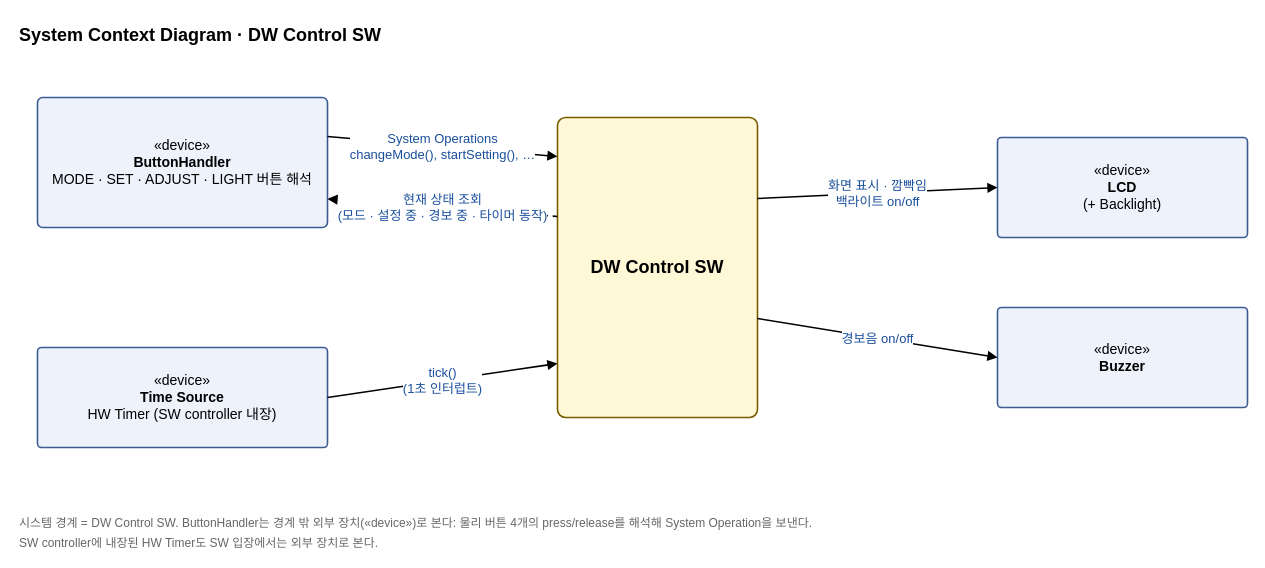
This is docs/OOAD/practice/context/DigitalWatch_SystemContext.drawio from sspring2048/AssoArch, a draw.io file, before an edit. Source tidied: cells renumbered, new cells numbered last; positions are measured from the earlier drawing's top-left corner, leaving out a move shared by most shapes. Both pictures are drawn from the tidied source at 100%, with x=0, y=0 at pixel (17, 17).
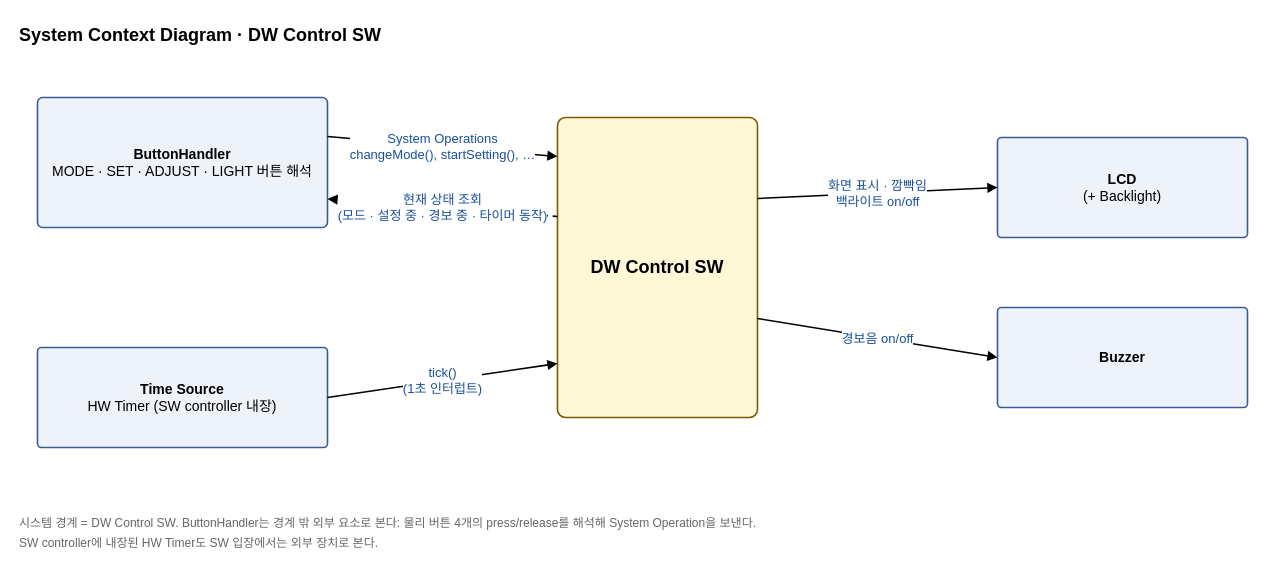
The same diagram, later.

What changed in the source:
```diff
@@
 <mxGraphModel>
   <root>
     <mxCell id="0" />
     <mxCell id="1" parent="0" />
     <mxCell id="2" value="System Context Diagram · DW Control SW" style="text;fontSize=18;fontStyle=1;align=left;" parent="1" vertex="1">
       <mxGeometry width="520" height="30" as="geometry" />
     </mxCell>
-    <mxCell id="3" value="«device»&lt;br&gt;&lt;b&gt;ButtonHandler&lt;/b&gt;&lt;br&gt;MODE · SET · ADJUST · LIGHT 버튼 해석" style="rounded=1;arcSize=4;whiteSpace=wrap;html=1;fillColor=#eef2fa;strokeColor=#3b5b92;strokeWidth=1.6;fontSize=14;" parent="1" vertex="1">
+    <mxCell id="3" value="&lt;b&gt;ButtonHandler&lt;/b&gt;&lt;br&gt;MODE · SET · ADJUST · LIGHT 버튼 해석" style="rounded=1;arcSize=4;whiteSpace=wrap;html=1;fillColor=#eef2fa;strokeColor=#3b5b92;strokeWidth=1.6;fontSize=14;" parent="1" vertex="1">
       <mxGeometry x="20" y="80" width="290" height="130" as="geometry" />
     </mxCell>
-    <mxCell id="4" value="«device»&lt;br&gt;&lt;b&gt;Time Source&lt;/b&gt;&lt;br&gt;HW Timer (SW controller 내장)" style="rounded=1;arcSize=4;whiteSpace=wrap;html=1;fillColor=#eef2fa;strokeColor=#3b5b92;strokeWidth=1.6;fontSize=14;" parent="1" vertex="1">
+    <mxCell id="4" value="&lt;b&gt;Time Source&lt;/b&gt;&lt;br&gt;HW Timer (SW controller 내장)" style="rounded=1;arcSize=4;whiteSpace=wrap;html=1;fillColor=#eef2fa;strokeColor=#3b5b92;strokeWidth=1.6;fontSize=14;" parent="1" vertex="1">
       <mxGeometry x="20" y="330" width="290" height="100" as="geometry" />
     </mxCell>
     <mxCell id="5" value="&lt;b&gt;DW Control SW&lt;/b&gt;" style="rounded=1;arcSize=4;whiteSpace=wrap;html=1;fillColor=#fff8d6;strokeColor=#7a5c00;strokeWidth=1.6;fontSize=18;" parent="1" vertex="1">
       <mxGeometry x="540" y="100" width="200" height="300" as="geometry" />
     </mxCell>
-    <mxCell id="6" value="«device»&lt;br&gt;&lt;b&gt;LCD&lt;/b&gt;&lt;br&gt;(+ Backlight)" style="rounded=1;arcSize=4;whiteSpace=wrap;html=1;fillColor=#eef2fa;strokeColor=#3b5b92;strokeWidth=1.6;fontSize=14;" parent="1" vertex="1">
+    <mxCell id="6" value="&lt;b&gt;LCD&lt;/b&gt;&lt;br&gt;(+ Backlight)" style="rounded=1;arcSize=4;whiteSpace=wrap;html=1;fillColor=#eef2fa;strokeColor=#3b5b92;strokeWidth=1.6;fontSize=14;" parent="1" vertex="1">
       <mxGeometry x="980" y="120" width="250" height="100" as="geometry" />
     </mxCell>
-    <mxCell id="7" value="«device»&lt;br&gt;&lt;b&gt;Buzzer&lt;/b&gt;" style="rounded=1;arcSize=4;whiteSpace=wrap;html=1;fillColor=#eef2fa;strokeColor=#3b5b92;strokeWidth=1.6;fontSize=14;" parent="1" vertex="1">
+    <mxCell id="7" value="&lt;b&gt;Buzzer&lt;/b&gt;" style="rounded=1;arcSize=4;whiteSpace=wrap;html=1;fillColor=#eef2fa;strokeColor=#3b5b92;strokeWidth=1.6;fontSize=14;" parent="1" vertex="1">
       <mxGeometry x="980" y="290" width="250" height="100" as="geometry" />
     </mxCell>
     <mxCell id="8" value="System Operations&lt;br&gt;changeMode(), startSetting(), …" style="endArrow=block;endFill=1;html=1;strokeWidth=1.6;fontSize=13;fontColor=#1a4f9c;labelBackgroundColor=#ffffff;exitX=1;exitY=0.3;entryX=0;entryY=0.13;" parent="1" edge="1" source="3" target="5">
       <mxGeometry relative="1" as="geometry" />
     </mxCell>
     <mxCell id="9" value="현재 상태 조회&lt;br&gt;(모드 · 설정 중 · 경보 중 · 타이머 동작)" style="endArrow=block;endFill=1;html=1;strokeWidth=1.6;fontSize=13;fontColor=#1a4f9c;labelBackgroundColor=#ffffff;dashed=1;exitX=0;exitY=0.33;entryX=1;entryY=0.78;" parent="1" edge="1" source="5" target="3">
       <mxGeometry relative="1" as="geometry" />
     </mxCell>
     <mxCell id="10" value="tick()&lt;br&gt;(1초 인터럽트)" style="endArrow=block;endFill=1;html=1;strokeWidth=1.6;fontSize=13;fontColor=#1a4f9c;labelBackgroundColor=#ffffff;exitX=1;exitY=0.5;entryX=0;entryY=0.82;" parent="1" edge="1" source="4" target="5">
       <mxGeometry relative="1" as="geometry" />
     </mxCell>
     <mxCell id="11" value="화면 표시 · 깜빡임&lt;br&gt;백라이트 on/off" style="endArrow=block;endFill=1;html=1;strokeWidth=1.6;fontSize=13;fontColor=#1a4f9c;labelBackgroundColor=#ffffff;exitX=1;exitY=0.27;entryX=0;entryY=0.5;" parent="1" edge="1" source="5" target="6">
       <mxGeometry relative="1" as="geometry" />
     </mxCell>
     <mxCell id="12" value="경보음 on/off" style="endArrow=block;endFill=1;html=1;strokeWidth=1.6;fontSize=13;fontColor=#1a4f9c;labelBackgroundColor=#ffffff;exitX=1;exitY=0.67;entryX=0;entryY=0.5;" parent="1" edge="1" source="5" target="7">
       <mxGeometry relative="1" as="geometry" />
     </mxCell>
-    <mxCell id="13" value="시스템 경계 = DW Control SW. ButtonHandler는 경계 밖 외부 장치(«device»)로 본다: 물리 버튼 4개의 press/release를 해석해 System Operation을 보낸다." style="text;fontSize=12;fontColor=#666666;align=left;" parent="1" vertex="1">
+    <mxCell id="13" value="시스템 경계 = DW Control SW. ButtonHandler는 경계 밖 외부 요소로 본다: 물리 버튼 4개의 press/release를 해석해 System Operation을 보낸다." style="text;fontSize=12;fontColor=#666666;align=left;" parent="1" vertex="1">
       <mxGeometry y="492" width="1100" height="22" as="geometry" />
     </mxCell>
     <mxCell id="14" value="SW controller에 내장된 HW Timer도 SW 입장에서는 외부 장치로 본다." style="text;fontSize=12;fontColor=#666666;align=left;" parent="1" vertex="1">
       <mxGeometry y="512" width="1100" height="22" as="geometry" />
     </mxCell>
   </root>
 </mxGraphModel>
```
